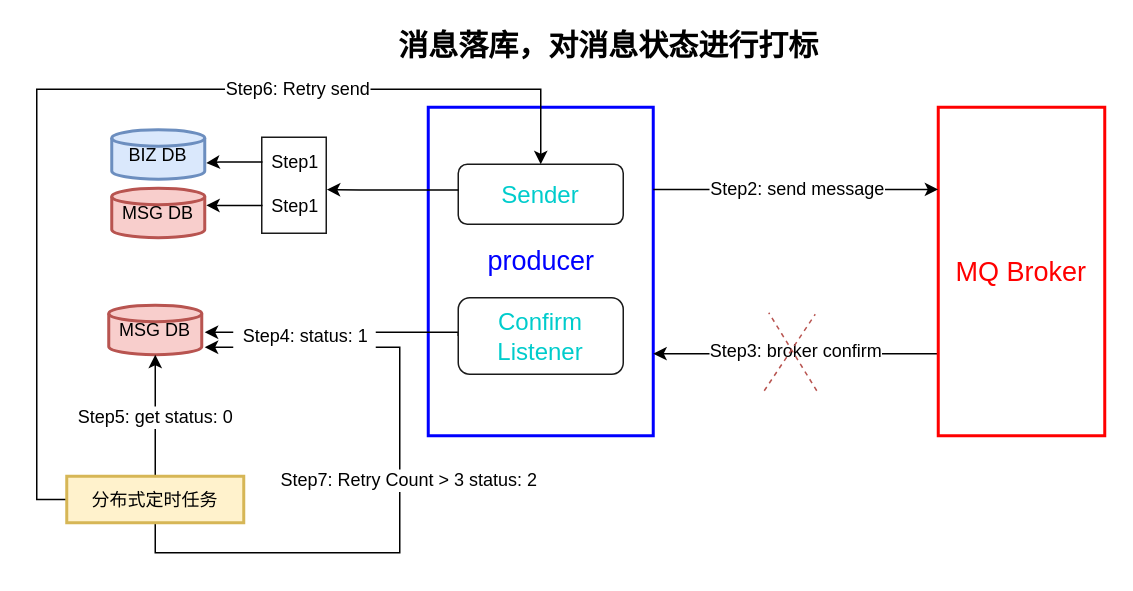
szy0syz/draw.io keeps this draw.io diagram as [消息队列]生产端-可靠性投递-1.drawio. Above is the earlier version. Source tidied: cells renumbered, new cells numbered last; positions are measured from the earlier drawing's top-left corner, leaving out a move shared by most shapes. Both pictures are drawn from the tidied source at 150%, with x=0, y=0 at pixel (36, 28).
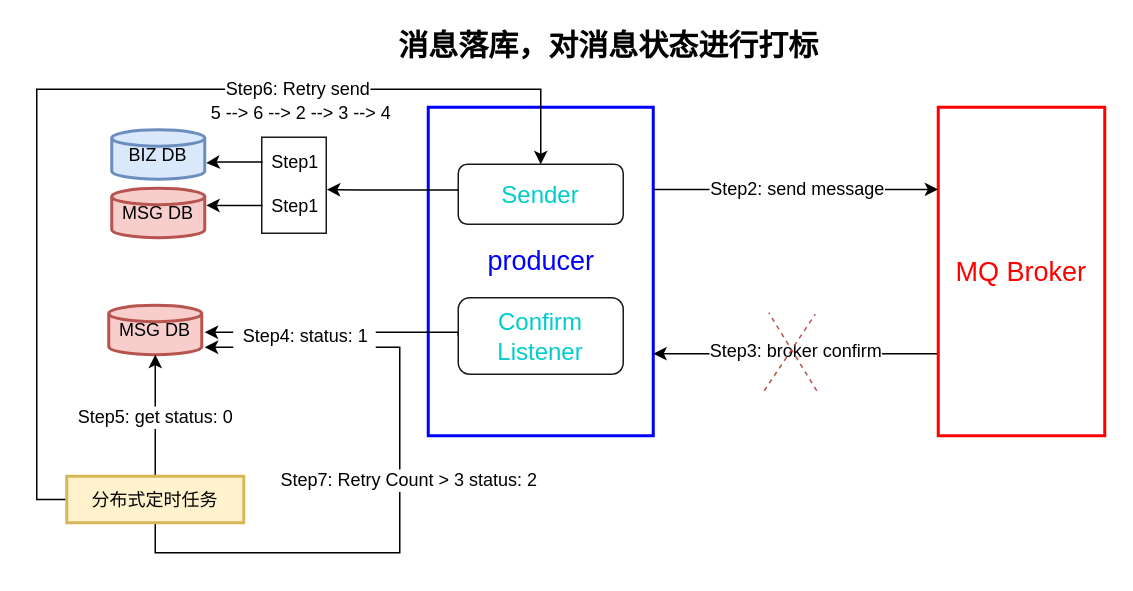
After the change.

Commit message (it also covers changes not shown here):
Update [消息队列]生产端-可靠性投递-1.drawio

What changed in the source:
```diff
@@
+    <mxCell id="32" value="5 --&amp;gt; 6 --&amp;gt; 2 --&amp;gt; 3 --&amp;gt; 4" style="text;html=1;align=center;verticalAlign=middle;" parent="1" vertex="1">
+      <mxGeometry x="110" y="46" width="131" height="19" as="geometry" />
+    </mxCell>
```
